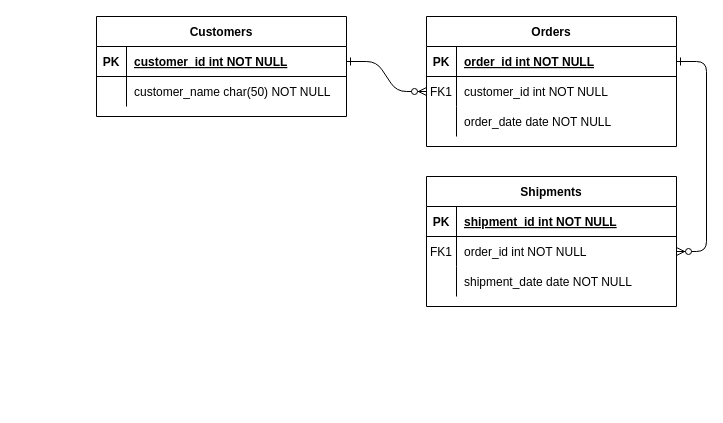
goldpu/idea_sktech keeps this draw.io diagram as coal index.drawio. Above is the earlier version. Source tidied: cells renumbered, new cells numbered last; positions are measured from the earlier drawing's top-left corner, leaving out a move shared by most shapes. Both pictures are drawn from the tidied source at 100%, with x=0, y=0 at pixel (96, 16).
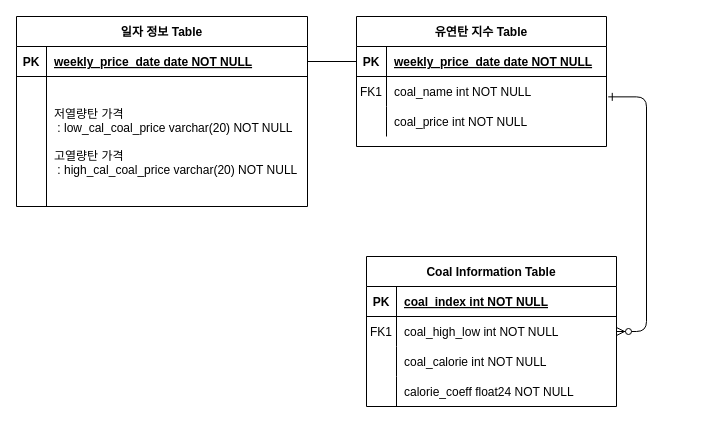
After the change.

The change refers to these unchanged cells:
```xml
<mxCell id="5" style="shape=partialRectangle;fillColor=none;points=[[0,0.5],[1,0.5]];portConstraint=eastwest;top=0;left=0;right=0;bottom=1;" parent="4" vertex="1">
  <mxGeometry y="30" width="250" height="30" as="geometry" />
</mxCell>
<mxCell id="8" style="shape=partialRectangle;fillColor=none;points=[[0,0.5],[1,0.5]];portConstraint=eastwest;top=0;left=0;right=0;bottom=0;" parent="4" vertex="1">
  <mxGeometry y="60" width="250" height="30" as="geometry" />
</mxCell>
<mxCell id="11" style="shape=partialRectangle;fillColor=none;top=0;left=0;right=0;bottom=0;" parent="4" vertex="1">
  <mxGeometry y="90" width="250" height="30" as="geometry" />
</mxCell>
<mxCell id="15" style="shape=partialRectangle;fillColor=none;top=0;left=0;right=0;bottom=1;" parent="14" vertex="1">
  <mxGeometry y="30" width="250" height="30" as="geometry" />
</mxCell>
<mxCell id="18" style="shape=partialRectangle;fillColor=none;points=[[0,0.5],[1,0.5]];portConstraint=eastwest;top=0;left=0;right=0;bottom=0;" parent="14" vertex="1">
  <mxGeometry y="60" width="250" height="30" as="geometry" />
</mxCell>
<mxCell id="21" style="shape=partialRectangle;fillColor=none;top=0;left=0;right=0;bottom=0;" parent="14" vertex="1">
  <mxGeometry y="90" width="250" height="30" as="geometry" />
</mxCell>
```

Change to the diagram source:
```diff
@@
-    <mxCell id="2" style="edgeStyle=entityRelationEdgeStyle;endArrow=ERzeroToMany;startArrow=ERone;endFill=1;startFill=0;" parent="1" edge="1" source="25" target="8">
-      <mxGeometry relative="1" as="geometry" />
-    </mxCell>
-    <mxCell id="3" style="edgeStyle=entityRelationEdgeStyle;endArrow=ERzeroToMany;startArrow=ERone;endFill=1;startFill=0;" parent="1" edge="1" source="5" target="18">
-      <mxGeometry relative="1" as="geometry" />
+    <mxCell id="3" style="edgeStyle=entityRelationEdgeStyle;endArrow=ERzeroToMany;startArrow=ERone;endFill=1;startFill=0;exitX=1.007;exitY=0.679;exitDx=0;exitDy=0;exitPerimeter=0;" parent="1" edge="1" source="8" target="18">
+      <mxGeometry relative="1" as="geometry">
+        <Array as="points">
+          <mxPoint x="550" y="140" />
+          <mxPoint x="590" y="140" />
+        </Array>
+      </mxGeometry>
     </mxCell>
-    <mxCell id="4" value="Orders" style="shape=table;startSize=30;childLayout=tableLayout;rowLines=0;fontStyle=1;align=center;" parent="1" vertex="1">
-      <mxGeometry x="330" width="250" height="130" as="geometry" />
+    <mxCell id="4" value="유연탄 지수 Table" style="shape=table;startSize=30;childLayout=tableLayout;rowLines=0;fontStyle=1;align=center;" parent="1" vertex="1">
+      <mxGeometry x="260" width="250" height="130" as="geometry" />
     </mxCell>
@@
-    <mxCell id="7" value="order_id int NOT NULL " style="shape=partialRectangle;overflow=hidden;fillColor=none;top=0;left=0;bottom=0;right=0;align=left;spacingLeft=6;fontStyle=5;" parent="5" vertex="1">
+    <mxCell id="7" value="weekly_price_date date NOT NULL " style="shape=partialRectangle;overflow=hidden;fillColor=none;top=0;left=0;bottom=0;right=0;align=left;spacingLeft=6;fontStyle=5;" parent="5" vertex="1">
       <mxGeometry x="30" width="220" height="30" as="geometry" />
     </mxCell>
@@
-    <mxCell id="10" value="customer_id int NOT NULL" style="shape=partialRectangle;overflow=hidden;fillColor=none;top=0;left=0;bottom=0;right=0;align=left;spacingLeft=6;" parent="8" vertex="1">
+    <mxCell id="10" value="coal_name int NOT NULL" style="shape=partialRectangle;overflow=hidden;fillColor=none;top=0;left=0;bottom=0;right=0;align=left;spacingLeft=6;" parent="8" vertex="1">
       <mxGeometry x="30" width="220" height="30" as="geometry" />
     </mxCell>
@@
-    <mxCell id="13" value="order_date date NOT NULL" style="shape=partialRectangle;overflow=hidden;fillColor=none;top=0;left=0;bottom=0;right=0;align=left;spacingLeft=6;" parent="11" vertex="1">
+    <mxCell id="13" value="coal_price int NOT NULL" style="shape=partialRectangle;overflow=hidden;fillColor=none;top=0;left=0;bottom=0;right=0;align=left;spacingLeft=6;" parent="11" vertex="1">
       <mxGeometry x="30" width="220" height="30" as="geometry" />
     </mxCell>
+    <mxCell id="24" value="일자 정보 Table" style="shape=table;startSize=30;childLayout=tableLayout;rowLines=0;fontStyle=1;align=center;" parent="1" vertex="1">
+      <mxGeometry x="-80" width="291" height="190" as="geometry" />
+    </mxCell>
+    <mxCell id="25" style="shape=partialRectangle;fillColor=none;points=[[0,0.5],[1,0.5]];portConstraint=eastwest;top=0;left=0;right=0;bottom=1;" parent="24" vertex="1">
+      <mxGeometry y="30" width="291" height="30" as="geometry" />
+    </mxCell>
+    <mxCell id="26" value="PK" style="shape=partialRectangle;overflow=hidden;fillColor=none;top=0;left=0;bottom=0;right=0;fontStyle=1;" parent="25" vertex="1">
+      <mxGeometry width="30" height="30" as="geometry" />
+    </mxCell>
+    <mxCell id="27" value="weekly_price_date date NOT NULL " style="shape=partialRectangle;overflow=hidden;fillColor=none;top=0;left=0;bottom=0;right=0;align=left;spacingLeft=6;fontStyle=5;" parent="25" vertex="1">
+      <mxGeometry x="30" width="261" height="30" as="geometry" />
+    </mxCell>
+    <mxCell id="28" style="shape=partialRectangle;fillColor=none;top=0;left=0;right=0;bottom=0;" parent="24" vertex="1">
+      <mxGeometry y="60" width="291" height="130" as="geometry" />
+    </mxCell>
+    <mxCell id="29" style="shape=partialRectangle;overflow=hidden;fillColor=none;top=0;left=0;bottom=0;right=0;" parent="28" vertex="1">
+      <mxGeometry width="30" height="130" as="geometry" />
+    </mxCell>
+    <mxCell id="30" value="저열량탄 가격&#10; : low_cal_coal_price varchar(20) NOT NULL&#10;&#10;고열량탄 가격&#10; : high_cal_coal_price varchar(20) NOT NULL" style="shape=partialRectangle;overflow=hidden;fillColor=none;top=0;left=0;bottom=0;right=0;align=left;spacingLeft=6;" parent="28" vertex="1">
+      <mxGeometry x="30" width="261" height="130" as="geometry" />
+    </mxCell>
+    <mxCell id="31" style="endArrow=none;html=1;rounded=0;entryX=0;entryY=0.5;entryDx=0;entryDy=0;exitX=1;exitY=0.5;exitDx=0;exitDy=0;" parent="1" edge="1" source="25" target="5">
+      <mxGeometry relative="1" as="geometry" />
+    </mxCell>
+    <mxCell id="32" style="shape=partialRectangle;overflow=hidden;fillColor=none;top=0;left=0;bottom=0;right=0;" parent="1" vertex="1">
+      <mxGeometry x="330" y="280" width="30" height="30" as="geometry" />
+    </mxCell>
+    <mxCell id="33" style="group;" parent="1" vertex="1">
+      <mxGeometry x="270" y="240" width="250" height="150" as="geometry" />
+    </mxCell>
-    <mxCell id="14" value="Shipments" style="shape=table;startSize=30;childLayout=tableLayout;rowLines=0;fontStyle=1;align=center;" parent="1" vertex="1">
-      <mxGeometry x="330" y="160" width="250" height="130" as="geometry" />
+    <mxCell id="14" value="Coal Information Table" style="shape=table;startSize=30;childLayout=tableLayout;rowLines=0;fontStyle=1;align=center;" parent="33" vertex="1">
+      <mxGeometry width="250" height="150" as="geometry" />
     </mxCell>
@@
-    <mxCell id="17" value="shipment_id int NOT NULL " style="shape=partialRectangle;overflow=hidden;fillColor=none;top=0;left=0;bottom=0;right=0;align=left;spacingLeft=6;fontStyle=5;" parent="15" vertex="1">
+    <mxCell id="17" value="coal_index int NOT NULL " style="shape=partialRectangle;overflow=hidden;fillColor=none;top=0;left=0;bottom=0;right=0;align=left;spacingLeft=6;fontStyle=5;" parent="15" vertex="1">
       <mxGeometry x="30" width="220" height="30" as="geometry" />
     </mxCell>
@@
-    <mxCell id="20" value="order_id int NOT NULL" style="shape=partialRectangle;overflow=hidden;fillColor=none;top=0;left=0;bottom=0;right=0;align=left;spacingLeft=6;" parent="18" vertex="1">
+    <mxCell id="20" value="coal_high_low int NOT NULL" style="shape=partialRectangle;overflow=hidden;fillColor=none;top=0;left=0;bottom=0;right=0;align=left;spacingLeft=6;" parent="18" vertex="1">
       <mxGeometry x="30" width="220" height="30" as="geometry" />
     </mxCell>
@@
-    <mxCell id="23" value="shipment_date date NOT NULL" style="shape=partialRectangle;overflow=hidden;fillColor=none;top=0;left=0;bottom=0;right=0;align=left;spacingLeft=6;" parent="21" vertex="1">
+    <mxCell id="23" value="coal_calorie int NOT NULL" style="shape=partialRectangle;overflow=hidden;fillColor=none;top=0;left=0;bottom=0;right=0;align=left;spacingLeft=6;" parent="21" vertex="1">
       <mxGeometry x="30" width="220" height="30" as="geometry" />
     </mxCell>
-    <mxCell id="24" value="Customers" style="shape=table;startSize=30;childLayout=tableLayout;rowLines=0;fontStyle=1;align=center;" parent="1" vertex="1">
-      <mxGeometry width="250" height="100" as="geometry" />
-    </mxCell>
-    <mxCell id="25" style="shape=partialRectangle;fillColor=none;points=[[0,0.5],[1,0.5]];portConstraint=eastwest;top=0;left=0;right=0;bottom=1;" parent="24" vertex="1">
-      <mxGeometry y="30" width="250" height="30" as="geometry" />
-    </mxCell>
-    <mxCell id="26" value="PK" style="shape=partialRectangle;overflow=hidden;fillColor=none;top=0;left=0;bottom=0;right=0;fontStyle=1;" parent="25" vertex="1">
-      <mxGeometry width="30" height="30" as="geometry" />
-    </mxCell>
-    <mxCell id="27" value="customer_id int NOT NULL " style="shape=partialRectangle;overflow=hidden;fillColor=none;top=0;left=0;bottom=0;right=0;align=left;spacingLeft=6;fontStyle=5;" parent="25" vertex="1">
-      <mxGeometry x="30" width="220" height="30" as="geometry" />
-    </mxCell>
-    <mxCell id="28" style="shape=partialRectangle;fillColor=none;top=0;left=0;right=0;bottom=0;" parent="24" vertex="1">
-      <mxGeometry y="60" width="250" height="30" as="geometry" />
-    </mxCell>
-    <mxCell id="29" style="shape=partialRectangle;overflow=hidden;fillColor=none;top=0;left=0;bottom=0;right=0;" parent="28" vertex="1">
-      <mxGeometry width="30" height="30" as="geometry" />
-    </mxCell>
-    <mxCell id="30" value="customer_name char(50) NOT NULL" style="shape=partialRectangle;overflow=hidden;fillColor=none;top=0;left=0;bottom=0;right=0;align=left;spacingLeft=6;" parent="28" vertex="1">
-      <mxGeometry x="30" width="220" height="30" as="geometry" />
-    </mxCell>
+    <mxCell id="34" value="calorie_coeff float24 NOT NULL" style="shape=partialRectangle;overflow=hidden;fillColor=none;top=0;left=0;bottom=0;right=0;align=left;spacingLeft=6;" parent="33" vertex="1">
+      <mxGeometry x="30" y="120" width="220" height="30" as="geometry" />
+    </mxCell>
+    <mxCell id="35" style="endArrow=none;html=1;rounded=0;" parent="33" edge="1">
+      <mxGeometry relative="1" as="geometry">
+        <mxPoint x="30" y="150" as="sourcePoint" />
+        <mxPoint x="30" y="120" as="targetPoint" />
+      </mxGeometry>
+    </mxCell>
```
